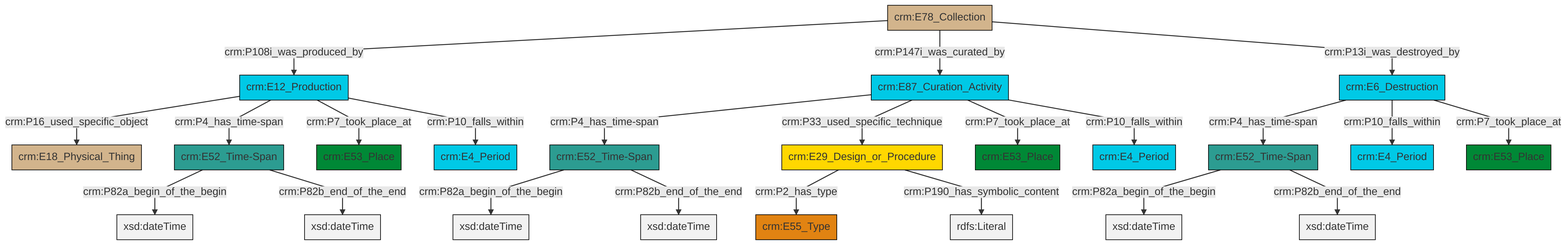
Before: et/archivalCSV/ttl/mmd/png/archival_existence.png, a diagram exported from Mermaid (swiss-art-research-net/docs.swissartresearch). Its source is kept beside it as et/archivalCSV/ttl/mmd/archival_existence.ttl.mmd.
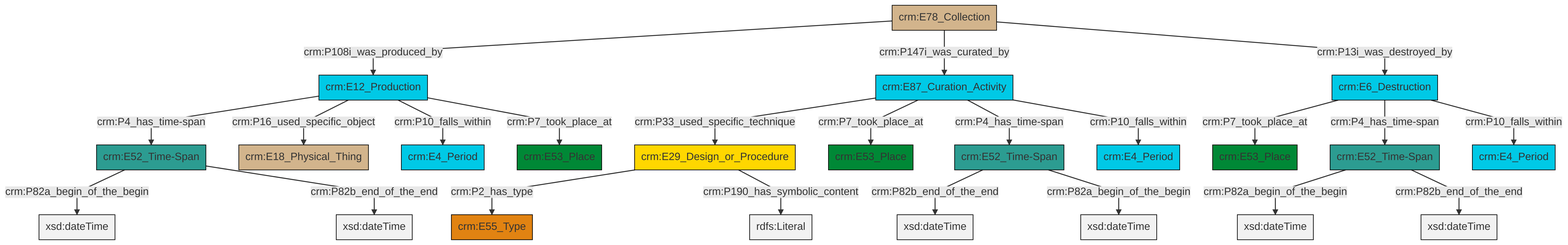
The same diagram one commit later.

What changed in the source:
```diff
@@ -13,25 +13,25 @@
 classDef PC_Classes fill:#4ce600, stroke:#000000;
 classDef Multi fill:#cccccc,stroke:#000000;
 
-4["crm:E52_Time-Span"]:::Time-Span -->|crm:P82a_begin_of_the_begin| 5[xsd:dateTime]:::Literal
-4["crm:E52_Time-Span"]:::Time-Span -->|crm:P82b_end_of_the_end| 8[xsd:dateTime]:::Literal
-9["crm:E52_Time-Span"]:::Time-Span -->|crm:P82a_begin_of_the_begin| 10[xsd:dateTime]:::Literal
-0["crm:E12_Production"]:::Temporal_Entity -->|crm:P16_used_specific_object| 11["crm:E18_Physical_Thing"]:::Physical_Thing
-0["crm:E12_Production"]:::Temporal_Entity -->|crm:P4_has_time-span| 9["crm:E52_Time-Span"]:::Time-Span
-18["crm:E78_Collection"]:::Physical_Thing -->|crm:P108i_was_produced_by| 0["crm:E12_Production"]:::Temporal_Entity
-12["crm:E87_Curation_Activity"]:::Temporal_Entity -->|crm:P4_has_time-span| 4["crm:E52_Time-Span"]:::Time-Span
-18["crm:E78_Collection"]:::Physical_Thing -->|crm:P147i_was_curated_by| 12["crm:E87_Curation_Activity"]:::Temporal_Entity
-0["crm:E12_Production"]:::Temporal_Entity -->|crm:P7_took_place_at| 20["crm:E53_Place"]:::Place
-21["crm:E6_Destruction"]:::Temporal_Entity -->|crm:P4_has_time-span| 16["crm:E52_Time-Span"]:::Time-Span
-12["crm:E87_Curation_Activity"]:::Temporal_Entity -->|crm:P33_used_specific_technique| 23["crm:E29_Design_or_Procedure"]:::Conceptual_Object
-12["crm:E87_Curation_Activity"]:::Temporal_Entity -->|crm:P7_took_place_at| 25["crm:E53_Place"]:::Place
-16["crm:E52_Time-Span"]:::Time-Span -->|crm:P82a_begin_of_the_begin| 28[xsd:dateTime]:::Literal
-12["crm:E87_Curation_Activity"]:::Temporal_Entity -->|crm:P10_falls_within| 30["crm:E4_Period"]:::Temporal_Entity
-23["crm:E29_Design_or_Procedure"]:::Conceptual_Object -->|crm:P2_has_type| 2["crm:E55_Type"]:::Type
-21["crm:E6_Destruction"]:::Temporal_Entity -->|crm:P10_falls_within| 6["crm:E4_Period"]:::Temporal_Entity
-16["crm:E52_Time-Span"]:::Time-Span -->|crm:P82b_end_of_the_end| 33[xsd:dateTime]:::Literal
-0["crm:E12_Production"]:::Temporal_Entity -->|crm:P10_falls_within| 26["crm:E4_Period"]:::Temporal_Entity
-18["crm:E78_Collection"]:::Physical_Thing -->|crm:P13i_was_destroyed_by| 21["crm:E6_Destruction"]:::Temporal_Entity
-21["crm:E6_Destruction"]:::Temporal_Entity -->|crm:P7_took_place_at| 14["crm:E53_Place"]:::Place
-9["crm:E52_Time-Span"]:::Time-Span -->|crm:P82b_end_of_the_end| 34[xsd:dateTime]:::Literal
-23["crm:E29_Design_or_Procedure"]:::Conceptual_Object -->|crm:P190_has_symbolic_content| 37[rdfs:Literal]:::Literal
+2["crm:E87_Curation_Activity"]:::Temporal_Entity -->|crm:P33_used_specific_technique| 3["crm:E29_Design_or_Procedure"]:::Conceptual_Object
+3["crm:E29_Design_or_Procedure"]:::Conceptual_Object -->|crm:P2_has_type| 4["crm:E55_Type"]:::Type
+13["crm:E12_Production"]:::Temporal_Entity -->|crm:P4_has_time-span| 14["crm:E52_Time-Span"]:::Time-Span
+2["crm:E87_Curation_Activity"]:::Temporal_Entity -->|crm:P7_took_place_at| 15["crm:E53_Place"]:::Place
+5["crm:E6_Destruction"]:::Temporal_Entity -->|crm:P7_took_place_at| 16["crm:E53_Place"]:::Place
+7["crm:E78_Collection"]:::Physical_Thing -->|crm:P108i_was_produced_by| 13["crm:E12_Production"]:::Temporal_Entity
+13["crm:E12_Production"]:::Temporal_Entity -->|crm:P16_used_specific_object| 18["crm:E18_Physical_Thing"]:::Physical_Thing
+19["crm:E52_Time-Span"]:::Time-Span -->|crm:P82b_end_of_the_end| 21[xsd:dateTime]:::Literal
+5["crm:E6_Destruction"]:::Temporal_Entity -->|crm:P4_has_time-span| 22["crm:E52_Time-Span"]:::Time-Span
+3["crm:E29_Design_or_Procedure"]:::Conceptual_Object -->|crm:P190_has_symbolic_content| 23[rdfs:Literal]:::Literal
+2["crm:E87_Curation_Activity"]:::Temporal_Entity -->|crm:P4_has_time-span| 19["crm:E52_Time-Span"]:::Time-Span
+22["crm:E52_Time-Span"]:::Time-Span -->|crm:P82a_begin_of_the_begin| 25[xsd:dateTime]:::Literal
+13["crm:E12_Production"]:::Temporal_Entity -->|crm:P10_falls_within| 0["crm:E4_Period"]:::Temporal_Entity
+2["crm:E87_Curation_Activity"]:::Temporal_Entity -->|crm:P10_falls_within| 9["crm:E4_Period"]:::Temporal_Entity
+13["crm:E12_Production"]:::Temporal_Entity -->|crm:P7_took_place_at| 11["crm:E53_Place"]:::Place
+14["crm:E52_Time-Span"]:::Time-Span -->|crm:P82a_begin_of_the_begin| 27[xsd:dateTime]:::Literal
+22["crm:E52_Time-Span"]:::Time-Span -->|crm:P82b_end_of_the_end| 28[xsd:dateTime]:::Literal
+19["crm:E52_Time-Span"]:::Time-Span -->|crm:P82a_begin_of_the_begin| 29[xsd:dateTime]:::Literal
+5["crm:E6_Destruction"]:::Temporal_Entity -->|crm:P10_falls_within| 34["crm:E4_Period"]:::Temporal_Entity
+14["crm:E52_Time-Span"]:::Time-Span -->|crm:P82b_end_of_the_end| 35[xsd:dateTime]:::Literal
+7["crm:E78_Collection"]:::Physical_Thing -->|crm:P147i_was_curated_by| 2["crm:E87_Curation_Activity"]:::Temporal_Entity
+7["crm:E78_Collection"]:::Physical_Thing -->|crm:P13i_was_destroyed_by| 5["crm:E6_Destruction"]:::Temporal_Entity
```
